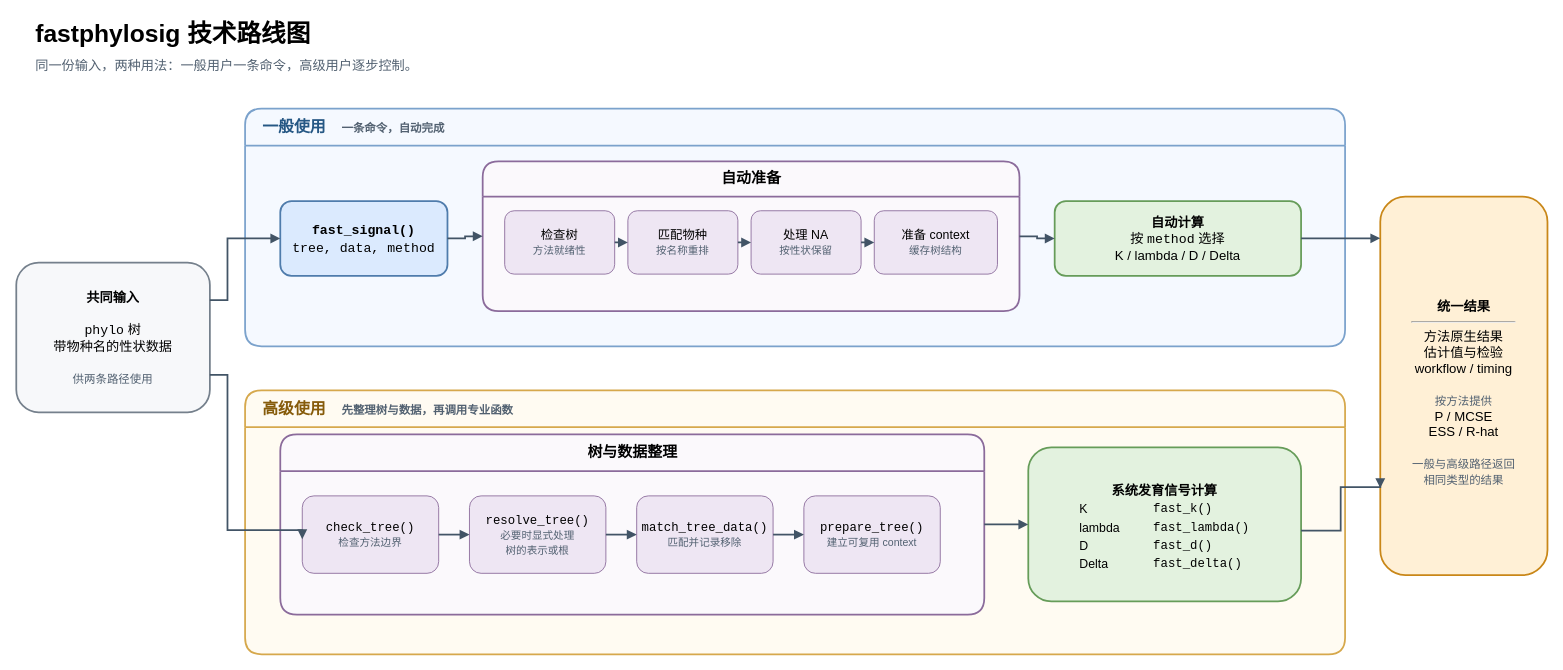
This is docs/technical-roadmap.drawio from yinwen-ecology/fastphylosig, a draw.io file, before an edit. Source tidied: cells renumbered, new cells numbered last; positions are measured from the earlier drawing's top-left corner, leaving out a move shared by most shapes. Both pictures are drawn from the tidied source at 88%, with x=0, y=0 at pixel (16, 15).
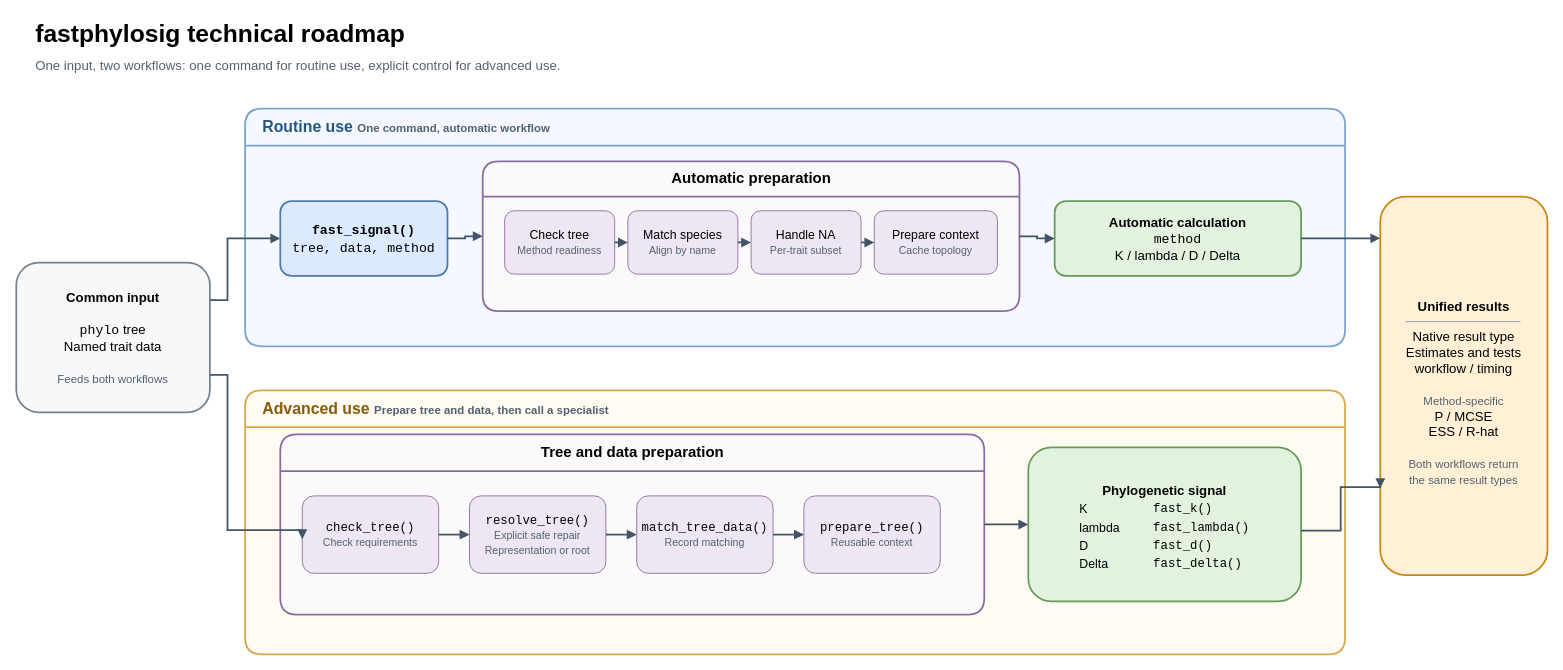
The same page after the edit.

Commit message (it also covers changes not shown here):
Add bilingual technical roadmaps

Change to the diagram source:
```diff
@@
-    <mxCell id="2" value="fastphylosig 技术路线图" style="text;html=1;strokeColor=none;fillColor=none;align=left;verticalAlign=middle;fontSize=28;fontStyle=1;fontFamily=Microsoft YaHei;" parent="1" vertex="1">
+    <mxCell id="2" value="fastphylosig technical roadmap" style="text;html=1;strokeColor=none;fillColor=none;align=left;verticalAlign=middle;fontSize=28;fontStyle=1;fontFamily=Microsoft YaHei;" parent="1" vertex="1">
       <mxGeometry x="20" width="520" height="42" as="geometry" />
     </mxCell>
-    <mxCell id="3" value="同一份输入，两种用法：一般用户一条命令，高级用户逐步控制。" style="text;html=1;strokeColor=none;fillColor=none;align=left;verticalAlign=middle;fontSize=15;fontColor=#526171;fontFamily=Microsoft YaHei;" parent="1" vertex="1">
+    <mxCell id="3" value="One input, two workflows: one command for routine use, explicit control for advanced use." style="text;html=1;strokeColor=none;fillColor=none;align=left;verticalAlign=middle;fontSize=15;fontColor=#526171;fontFamily=Microsoft YaHei;" parent="1" vertex="1">
       <mxGeometry x="20" y="43" width="760" height="28" as="geometry" />
     </mxCell>
-    <mxCell id="4" value="&lt;b&gt;共同输入&lt;/b&gt;&lt;br&gt;&lt;br&gt;&lt;font style=&quot;font-family:Consolas&quot;&gt;phylo&lt;/font&gt; 树&lt;br&gt;带物种名的性状数据&lt;br&gt;&lt;br&gt;&lt;font color=&quot;#526171&quot; style=&quot;font-size:13px&quot;&gt;供两条路径使用&lt;/font&gt;" style="rounded=1;whiteSpace=wrap;html=1;fillColor=#f7f8fa;strokeColor=#75808c;strokeWidth=2;fontSize=15;fontFamily=Microsoft YaHei;" parent="1" vertex="1">
+    <mxCell id="4" value="&lt;b&gt;Common input&lt;/b&gt;&lt;br&gt;&lt;br&gt;&lt;font style=&quot;font-family:Consolas&quot;&gt;phylo&lt;/font&gt; tree&lt;br&gt;Named trait data&lt;br&gt;&lt;br&gt;&lt;font color=&quot;#526171&quot; style=&quot;font-size:13px&quot;&gt;Feeds both workflows&lt;/font&gt;" style="rounded=1;whiteSpace=wrap;html=1;fillColor=#f7f8fa;strokeColor=#75808c;strokeWidth=2;fontSize=15;fontFamily=Microsoft YaHei;" parent="1" vertex="1">
       <mxGeometry y="281" width="220" height="170" as="geometry" />
     </mxCell>
-    <mxCell id="5" value="&lt;b&gt;一般使用&lt;/b&gt;　&lt;font color=&quot;#526171&quot; style=&quot;font-size:13px&quot;&gt;一条命令，自动完成&lt;/font&gt;" style="swimlane;horizontal=1;startSize=42;rounded=1;html=1;fillColor=#f5f9ff;swimlaneFillColor=#f5f9ff;strokeColor=#7ba2cc;strokeWidth=2;fontSize=18;fontColor=#255784;fontFamily=Microsoft YaHei;align=left;spacingLeft=18;" parent="1" vertex="1">
+    <mxCell id="5" value="&lt;b&gt;Routine use&lt;/b&gt;  &lt;font color=&quot;#526171&quot; style=&quot;font-size:13px&quot;&gt;One command, automatic workflow&lt;/font&gt;" style="swimlane;horizontal=1;startSize=42;rounded=1;html=1;fillColor=#f5f9ff;swimlaneFillColor=#f5f9ff;strokeColor=#7ba2cc;strokeWidth=2;fontSize=18;fontColor=#255784;fontFamily=Microsoft YaHei;align=left;spacingLeft=18;" parent="1" vertex="1">
       <mxGeometry x="260" y="106" width="1250" height="270" as="geometry" />
     </mxCell>
@@
-    <mxCell id="7" value="&lt;b&gt;自动准备&lt;/b&gt;" style="swimlane;horizontal=1;startSize=40;rounded=1;html=1;fillColor=#fbf9fc;swimlaneFillColor=#fbf9fc;strokeColor=#8b6b9b;strokeWidth=2;fontSize=17;fontFamily=Microsoft YaHei;" parent="5" vertex="1">
+    <mxCell id="7" value="&lt;b&gt;Automatic preparation&lt;/b&gt;" style="swimlane;horizontal=1;startSize=40;rounded=1;html=1;fillColor=#fbf9fc;swimlaneFillColor=#fbf9fc;strokeColor=#8b6b9b;strokeWidth=2;fontSize=17;fontFamily=Microsoft YaHei;" parent="5" vertex="1">
       <mxGeometry x="270" y="60" width="610" height="170" as="geometry" />
     </mxCell>
-    <mxCell id="8" value="检查树&lt;br&gt;&lt;font color=&quot;#526171&quot; style=&quot;font-size:12px&quot;&gt;方法就绪性&lt;/font&gt;" style="rounded=1;whiteSpace=wrap;html=1;fillColor=#eee6f3;strokeColor=#8b6b9b;fontSize=14;fontFamily=Microsoft YaHei;" parent="7" vertex="1">
+    <mxCell id="8" value="Check tree&lt;br&gt;&lt;font color=&quot;#526171&quot; style=&quot;font-size:12px&quot;&gt;Method readiness&lt;/font&gt;" style="rounded=1;whiteSpace=wrap;html=1;fillColor=#eee6f3;strokeColor=#8b6b9b;fontSize=14;fontFamily=Microsoft YaHei;" parent="7" vertex="1">
       <mxGeometry x="25" y="56" width="125" height="72" as="geometry" />
     </mxCell>
-    <mxCell id="9" value="匹配物种&lt;br&gt;&lt;font color=&quot;#526171&quot; style=&quot;font-size:12px&quot;&gt;按名称重排&lt;/font&gt;" style="rounded=1;whiteSpace=wrap;html=1;fillColor=#eee6f3;strokeColor=#8b6b9b;fontSize=14;fontFamily=Microsoft YaHei;" parent="7" vertex="1">
+    <mxCell id="9" value="Match species&lt;br&gt;&lt;font color=&quot;#526171&quot; style=&quot;font-size:12px&quot;&gt;Align by name&lt;/font&gt;" style="rounded=1;whiteSpace=wrap;html=1;fillColor=#eee6f3;strokeColor=#8b6b9b;fontSize=14;fontFamily=Microsoft YaHei;" parent="7" vertex="1">
       <mxGeometry x="165" y="56" width="125" height="72" as="geometry" />
     </mxCell>
-    <mxCell id="10" value="处理 NA&lt;br&gt;&lt;font color=&quot;#526171&quot; style=&quot;font-size:12px&quot;&gt;按性状保留&lt;/font&gt;" style="rounded=1;whiteSpace=wrap;html=1;fillColor=#eee6f3;strokeColor=#8b6b9b;fontSize=14;fontFamily=Microsoft YaHei;" parent="7" vertex="1">
+    <mxCell id="10" value="Handle NA&lt;br&gt;&lt;font color=&quot;#526171&quot; style=&quot;font-size:12px&quot;&gt;Per-trait subset&lt;/font&gt;" style="rounded=1;whiteSpace=wrap;html=1;fillColor=#eee6f3;strokeColor=#8b6b9b;fontSize=14;fontFamily=Microsoft YaHei;" parent="7" vertex="1">
       <mxGeometry x="305" y="56" width="125" height="72" as="geometry" />
     </mxCell>
-    <mxCell id="11" value="准备 context&lt;br&gt;&lt;font color=&quot;#526171&quot; style=&quot;font-size:12px&quot;&gt;缓存树结构&lt;/font&gt;" style="rounded=1;whiteSpace=wrap;html=1;fillColor=#eee6f3;strokeColor=#8b6b9b;fontSize=14;fontFamily=Microsoft YaHei;" parent="7" vertex="1">
+    <mxCell id="11" value="Prepare context&lt;br&gt;&lt;font color=&quot;#526171&quot; style=&quot;font-size:12px&quot;&gt;Cache topology&lt;/font&gt;" style="rounded=1;whiteSpace=wrap;html=1;fillColor=#eee6f3;strokeColor=#8b6b9b;fontSize=14;fontFamily=Microsoft YaHei;" parent="7" vertex="1">
       <mxGeometry x="445" y="56" width="140" height="72" as="geometry" />
     </mxCell>
-    <mxCell id="12" value="&lt;b&gt;自动计算&lt;/b&gt;&lt;br&gt;按 &lt;font style=&quot;font-family:Consolas&quot;&gt;method&lt;/font&gt; 选择&lt;br&gt;K / lambda / D / Delta" style="rounded=1;whiteSpace=wrap;html=1;fillColor=#e3f2df;strokeColor=#669c59;strokeWidth=2;fontSize=15;fontFamily=Microsoft YaHei;" parent="5" vertex="1">
+    <mxCell id="12" value="&lt;b&gt;Automatic calculation&lt;/b&gt;&lt;br&gt;&lt;font style=&quot;font-family:Consolas&quot;&gt;method&lt;/font&gt;&lt;br&gt;K / lambda / D / Delta" style="rounded=1;whiteSpace=wrap;html=1;fillColor=#e3f2df;strokeColor=#669c59;strokeWidth=2;fontSize=15;fontFamily=Microsoft YaHei;" parent="5" vertex="1">
       <mxGeometry x="920" y="105" width="280" height="85" as="geometry" />
     </mxCell>
-    <mxCell id="13" value="&lt;b&gt;高级使用&lt;/b&gt;　&lt;font color=&quot;#526171&quot; style=&quot;font-size:13px&quot;&gt;先整理树与数据，再调用专业函数&lt;/font&gt;" style="swimlane;horizontal=1;startSize=42;rounded=1;html=1;fillColor=#fffbf2;swimlaneFillColor=#fffbf2;strokeColor=#d6a84c;strokeWidth=2;fontSize=18;fontColor=#865b0b;fontFamily=Microsoft YaHei;align=left;spacingLeft=18;" parent="1" vertex="1">
+    <mxCell id="13" value="&lt;b&gt;Advanced use&lt;/b&gt;  &lt;font color=&quot;#526171&quot; style=&quot;font-size:13px&quot;&gt;Prepare tree and data, then call a specialist&lt;/font&gt;" style="swimlane;horizontal=1;startSize=42;rounded=1;html=1;fillColor=#fffbf2;swimlaneFillColor=#fffbf2;strokeColor=#d6a84c;strokeWidth=2;fontSize=18;fontColor=#865b0b;fontFamily=Microsoft YaHei;align=left;spacingLeft=18;" parent="1" vertex="1">
       <mxGeometry x="260" y="426" width="1250" height="300" as="geometry" />
     </mxCell>
-    <mxCell id="14" value="&lt;b&gt;树与数据整理&lt;/b&gt;" style="swimlane;horizontal=1;startSize=42;rounded=1;html=1;fillColor=#fbf9fc;swimlaneFillColor=#fbf9fc;strokeColor=#8b6b9b;strokeWidth=2;fontSize=17;fontFamily=Microsoft YaHei;" parent="13" vertex="1">
+    <mxCell id="14" value="&lt;b&gt;Tree and data preparation&lt;/b&gt;" style="swimlane;horizontal=1;startSize=42;rounded=1;html=1;fillColor=#fbf9fc;swimlaneFillColor=#fbf9fc;strokeColor=#8b6b9b;strokeWidth=2;fontSize=17;fontFamily=Microsoft YaHei;" parent="13" vertex="1">
       <mxGeometry x="40" y="50" width="800" height="205" as="geometry" />
     </mxCell>
-    <mxCell id="15" value="&lt;font style=&quot;font-family:Consolas&quot;&gt;check_tree()&lt;/font&gt;&lt;br&gt;&lt;font color=&quot;#526171&quot; style=&quot;font-size:12px&quot;&gt;检查方法边界&lt;/font&gt;" style="rounded=1;whiteSpace=wrap;html=1;fillColor=#eee6f3;strokeColor=#8b6b9b;fontSize=14;fontFamily=Microsoft YaHei;" parent="14" vertex="1">
+    <mxCell id="15" value="&lt;font style=&quot;font-family:Consolas&quot;&gt;check_tree()&lt;/font&gt;&lt;br&gt;&lt;font color=&quot;#526171&quot; style=&quot;font-size:12px&quot;&gt;Check requirements&lt;/font&gt;" style="rounded=1;whiteSpace=wrap;html=1;fillColor=#eee6f3;strokeColor=#8b6b9b;fontSize=14;fontFamily=Microsoft YaHei;" parent="14" vertex="1">
       <mxGeometry x="25" y="70" width="155" height="88" as="geometry" />
     </mxCell>
-    <mxCell id="16" value="&lt;font style=&quot;font-family:Consolas&quot;&gt;resolve_tree()&lt;/font&gt;&lt;br&gt;&lt;font color=&quot;#526171&quot; style=&quot;font-size:12px&quot;&gt;必要时显式处理&lt;br&gt;树的表示或根&lt;/font&gt;" style="rounded=1;whiteSpace=wrap;html=1;fillColor=#eee6f3;strokeColor=#8b6b9b;fontSize=14;fontFamily=Microsoft YaHei;" parent="14" vertex="1">
+    <mxCell id="16" value="&lt;font style=&quot;font-family:Consolas&quot;&gt;resolve_tree()&lt;/font&gt;&lt;br&gt;&lt;font color=&quot;#526171&quot; style=&quot;font-size:12px&quot;&gt;Explicit safe repair&lt;br&gt;Representation or root&lt;/font&gt;" style="rounded=1;whiteSpace=wrap;html=1;fillColor=#eee6f3;strokeColor=#8b6b9b;fontSize=14;fontFamily=Microsoft YaHei;" parent="14" vertex="1">
       <mxGeometry x="215" y="70" width="155" height="88" as="geometry" />
     </mxCell>
-    <mxCell id="17" value="&lt;font style=&quot;font-family:Consolas&quot;&gt;match_tree_data()&lt;/font&gt;&lt;br&gt;&lt;font color=&quot;#526171&quot; style=&quot;font-size:12px&quot;&gt;匹配并记录移除&lt;/font&gt;" style="rounded=1;whiteSpace=wrap;html=1;fillColor=#eee6f3;strokeColor=#8b6b9b;fontSize=14;fontFamily=Microsoft YaHei;" parent="14" vertex="1">
+    <mxCell id="17" value="&lt;font style=&quot;font-family:Consolas&quot;&gt;match_tree_data()&lt;/font&gt;&lt;br&gt;&lt;font color=&quot;#526171&quot; style=&quot;font-size:12px&quot;&gt;Record matching&lt;/font&gt;" style="rounded=1;whiteSpace=wrap;html=1;fillColor=#eee6f3;strokeColor=#8b6b9b;fontSize=14;fontFamily=Microsoft YaHei;" parent="14" vertex="1">
       <mxGeometry x="405" y="70" width="155" height="88" as="geometry" />
     </mxCell>
-    <mxCell id="18" value="&lt;font style=&quot;font-family:Consolas&quot;&gt;prepare_tree()&lt;/font&gt;&lt;br&gt;&lt;font color=&quot;#526171&quot; style=&quot;font-size:12px&quot;&gt;建立可复用 context&lt;/font&gt;" style="rounded=1;whiteSpace=wrap;html=1;fillColor=#eee6f3;strokeColor=#8b6b9b;fontSize=14;fontFamily=Microsoft YaHei;" parent="14" vertex="1">
+    <mxCell id="18" value="&lt;font style=&quot;font-family:Consolas&quot;&gt;prepare_tree()&lt;/font&gt;&lt;br&gt;&lt;font color=&quot;#526171&quot; style=&quot;font-size:12px&quot;&gt;Reusable context&lt;/font&gt;" style="rounded=1;whiteSpace=wrap;html=1;fillColor=#eee6f3;strokeColor=#8b6b9b;fontSize=14;fontFamily=Microsoft YaHei;" parent="14" vertex="1">
       <mxGeometry x="595" y="70" width="155" height="88" as="geometry" />
     </mxCell>
-    <mxCell id="19" value="&lt;b&gt;系统发育信号计算&lt;/b&gt;&lt;br&gt;&lt;table style=&quot;margin:auto;font-size:14px&quot;&gt;&lt;tr&gt;&lt;td style=&quot;text-align:left;padding-right:35px&quot;&gt;K&lt;/td&gt;&lt;td style=&quot;font-family:Consolas;text-align:left&quot;&gt;fast_k()&lt;/td&gt;&lt;/tr&gt;&lt;tr&gt;&lt;td style=&quot;text-align:left;padding-right:35px&quot;&gt;lambda&lt;/td&gt;&lt;td style=&quot;font-family:Consolas;text-align:left&quot;&gt;fast_lambda()&lt;/td&gt;&lt;/tr&gt;&lt;tr&gt;&lt;td style=&quot;text-align:left;padding-right:35px&quot;&gt;D&lt;/td&gt;&lt;td style=&quot;font-family:Consolas;text-align:left&quot;&gt;fast_d()&lt;/td&gt;&lt;/tr&gt;&lt;tr&gt;&lt;td style=&quot;text-align:left;padding-right:35px&quot;&gt;Delta&lt;/td&gt;&lt;td style=&quot;font-family:Consolas;text-align:left&quot;&gt;fast_delta()&lt;/td&gt;&lt;/tr&gt;&lt;/table&gt;" style="rounded=1;whiteSpace=wrap;html=1;fillColor=#e3f2df;strokeColor=#669c59;strokeWidth=2;fontSize=15;fontFamily=Microsoft YaHei;spacingTop=8;" parent="13" vertex="1">
+    <mxCell id="19" value="&lt;b&gt;Phylogenetic signal&lt;/b&gt;&lt;br&gt;&lt;table style=&quot;margin:auto;font-size:14px&quot;&gt;&lt;tr&gt;&lt;td style=&quot;text-align:left;padding-right:35px&quot;&gt;K&lt;/td&gt;&lt;td style=&quot;font-family:Consolas;text-align:left&quot;&gt;fast_k()&lt;/td&gt;&lt;/tr&gt;&lt;tr&gt;&lt;td style=&quot;text-align:left;padding-right:35px&quot;&gt;lambda&lt;/td&gt;&lt;td style=&quot;font-family:Consolas;text-align:left&quot;&gt;fast_lambda()&lt;/td&gt;&lt;/tr&gt;&lt;tr&gt;&lt;td style=&quot;text-align:left;padding-right:35px&quot;&gt;D&lt;/td&gt;&lt;td style=&quot;font-family:Consolas;text-align:left&quot;&gt;fast_d()&lt;/td&gt;&lt;/tr&gt;&lt;tr&gt;&lt;td style=&quot;text-align:left;padding-right:35px&quot;&gt;Delta&lt;/td&gt;&lt;td style=&quot;font-family:Consolas;text-align:left&quot;&gt;fast_delta()&lt;/td&gt;&lt;/tr&gt;&lt;/table&gt;" style="rounded=1;whiteSpace=wrap;html=1;fillColor=#e3f2df;strokeColor=#669c59;strokeWidth=2;fontSize=15;fontFamily=Microsoft YaHei;spacingTop=8;" parent="13" vertex="1">
       <mxGeometry x="890" y="65" width="310" height="175" as="geometry" />
     </mxCell>
-    <mxCell id="20" value="&lt;b&gt;统一结果&lt;/b&gt;&lt;hr&gt;方法原生结果&lt;br&gt;估计值与检验&lt;br&gt;workflow / timing&lt;br&gt;&lt;br&gt;&lt;font color=&quot;#526171&quot; style=&quot;font-size:13px&quot;&gt;按方法提供&lt;/font&gt;&lt;br&gt;P / MCSE&lt;br&gt;ESS / R-hat&lt;br&gt;&lt;br&gt;&lt;font color=&quot;#526171&quot; style=&quot;font-size:13px&quot;&gt;一般与高级路径返回&lt;br&gt;相同类型的结果&lt;/font&gt;" style="rounded=1;whiteSpace=wrap;html=1;fillColor=#fff0d6;strokeColor=#c98718;strokeWidth=2;fontSize=15;fontFamily=Microsoft YaHei;spacingTop=16;" parent="1" vertex="1">
+    <mxCell id="20" value="&lt;b&gt;Unified results&lt;/b&gt;&lt;hr&gt;Native result type&lt;br&gt;Estimates and tests&lt;br&gt;workflow / timing&lt;br&gt;&lt;br&gt;&lt;font color=&quot;#526171&quot; style=&quot;font-size:13px&quot;&gt;Method-specific&lt;/font&gt;&lt;br&gt;P / MCSE&lt;br&gt;ESS / R-hat&lt;br&gt;&lt;br&gt;&lt;font color=&quot;#526171&quot; style=&quot;font-size:13px&quot;&gt;Both workflows return&lt;br&gt;the same result types&lt;/font&gt;" style="rounded=1;whiteSpace=wrap;html=1;fillColor=#fff0d6;strokeColor=#c98718;strokeWidth=2;fontSize=15;fontFamily=Microsoft YaHei;spacingTop=16;" parent="1" vertex="1">
       <mxGeometry x="1550" y="206" width="190" height="430" as="geometry" />
     </mxCell>
```
